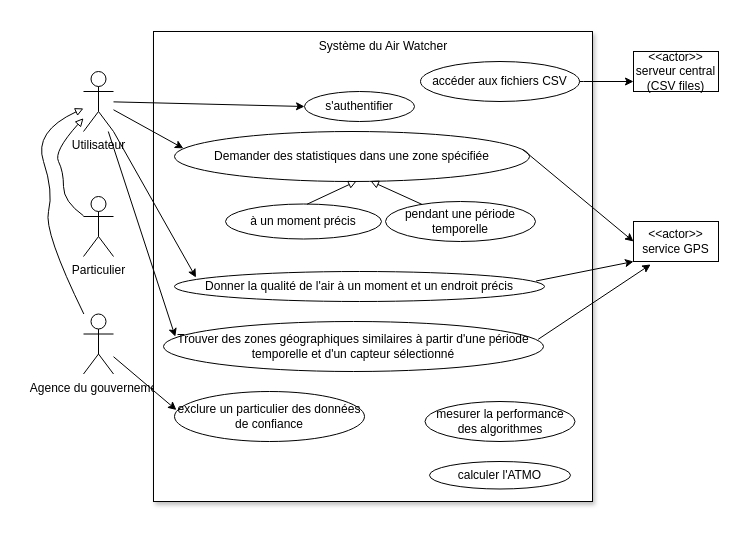
Earlier version of the draw.io diagram useCaseDiagram.drawio (Florian-LeVasseur/UML). Source tidied: cells renumbered, new cells numbered last; positions are measured from the earlier drawing's top-left corner, leaving out a move shared by most shapes. Both pictures are drawn from the tidied source at 100%, with x=0, y=0 at pixel (33, 31).
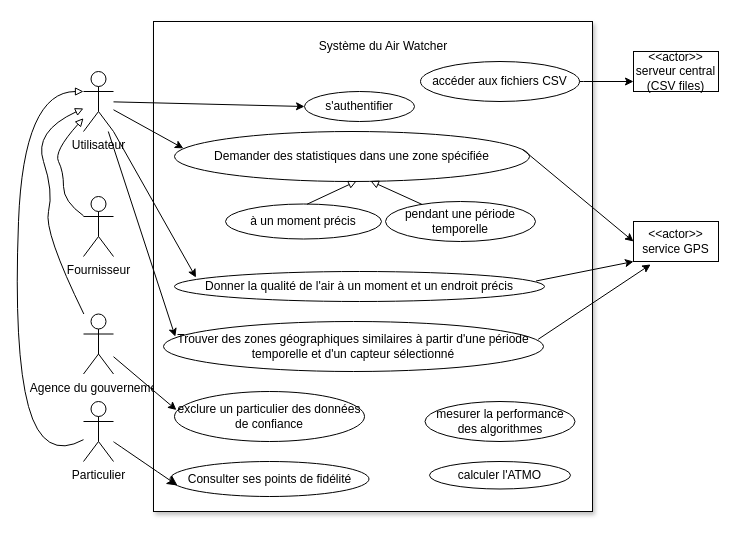
The same diagram, later.

Commit message:
Mettre à jour useCaseDiagram.drawio

Unchanged cells that the change refers to:
```xml
<mxCell id="25" value="Utilisateur" style="shape=umlActor;verticalLabelPosition=bottom;verticalAlign=top;html=1;outlineConnect=0;" parent="1" vertex="1">
  <mxGeometry x="50" y="40" width="30" height="60" as="geometry" />
</mxCell>
```

The edit, as a diff of the source:
```diff
@@
     <mxCell id="3" style="rounded=0;whiteSpace=wrap;html=1;shadow=1;" parent="1" vertex="1">
-      <mxGeometry x="120" width="439" height="470" as="geometry" />
+      <mxGeometry x="120" y="-10" width="439" height="490" as="geometry" />
     </mxCell>
@@
-    <mxCell id="5" value="Particulier" style="shape=umlActor;verticalLabelPosition=bottom;verticalAlign=top;html=1;outlineConnect=0;" parent="1" vertex="1">
+    <mxCell id="5" value="Fournisseur" style="shape=umlActor;verticalLabelPosition=bottom;verticalAlign=top;html=1;outlineConnect=0;" parent="1" vertex="1">
       <mxGeometry x="50" y="165" width="30" height="60" as="geometry" />
     </mxCell>
@@
+    <mxCell id="32" value="Particulier" style="shape=umlActor;verticalLabelPosition=bottom;verticalAlign=top;html=1;outlineConnect=0;" parent="1" vertex="1">
+      <mxGeometry x="50" y="370" width="30" height="60" as="geometry" />
+    </mxCell>
+    <mxCell id="33" style="curved=1;endArrow=block;html=1;rounded=0;entryX=0;entryY=0.3333333333333333;entryDx=0;entryDy=0;entryPerimeter=0;endFill=0;" parent="1" edge="1" source="32" target="25">
+      <mxGeometry relative="1" as="geometry">
+        <Array as="points">
+          <mxPoint x="10" y="430" />
+          <mxPoint x="-20" y="320" />
+          <mxPoint x="-10" y="60" />
+        </Array>
+      </mxGeometry>
+    </mxCell>
+    <mxCell id="34" value="Consulter ses points de fidélité" style="ellipse;whiteSpace=wrap;html=1;" parent="1" vertex="1">
+      <mxGeometry x="136.5" y="430" width="199" height="35" as="geometry" />
+    </mxCell>
+    <mxCell id="35" style="edgeStyle=none;curved=1;rounded=0;jettySize=auto;html=1;entryX=0.038;entryY=0.686;entryDx=0;entryDy=0;entryPerimeter=0;fontSize=12;startSize=8;endSize=8;" parent="1" edge="1" source="32" target="34">
+      <mxGeometry relative="1" as="geometry" />
+    </mxCell>
```
